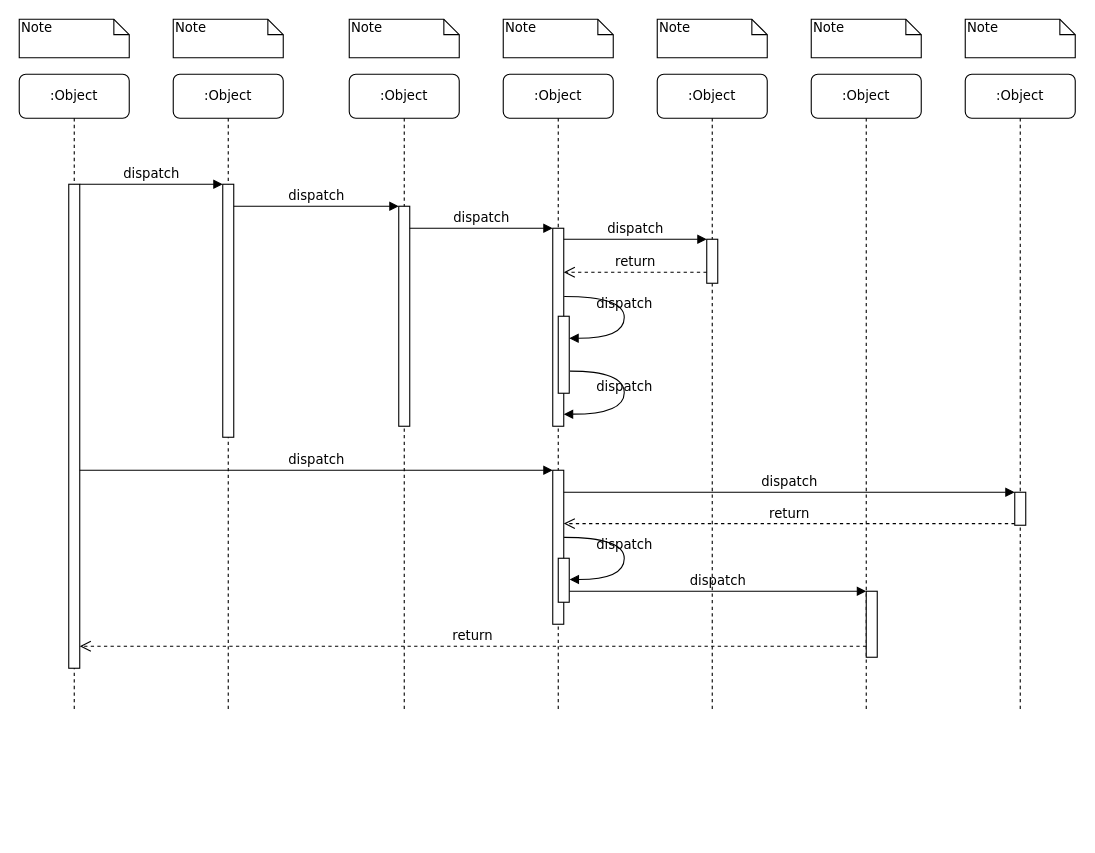
dotted-winner/eladmin keeps this draw.io diagram as eladmin-system/Untitled Diagram.drawio. Above is the earlier version. Source tidied: cells renumbered, new cells numbered last; positions are measured from the earlier drawing's top-left corner, leaving out a move shared by most shapes. Both pictures are drawn from the tidied source at 110%, with x=0, y=0 at pixel (19, 19).
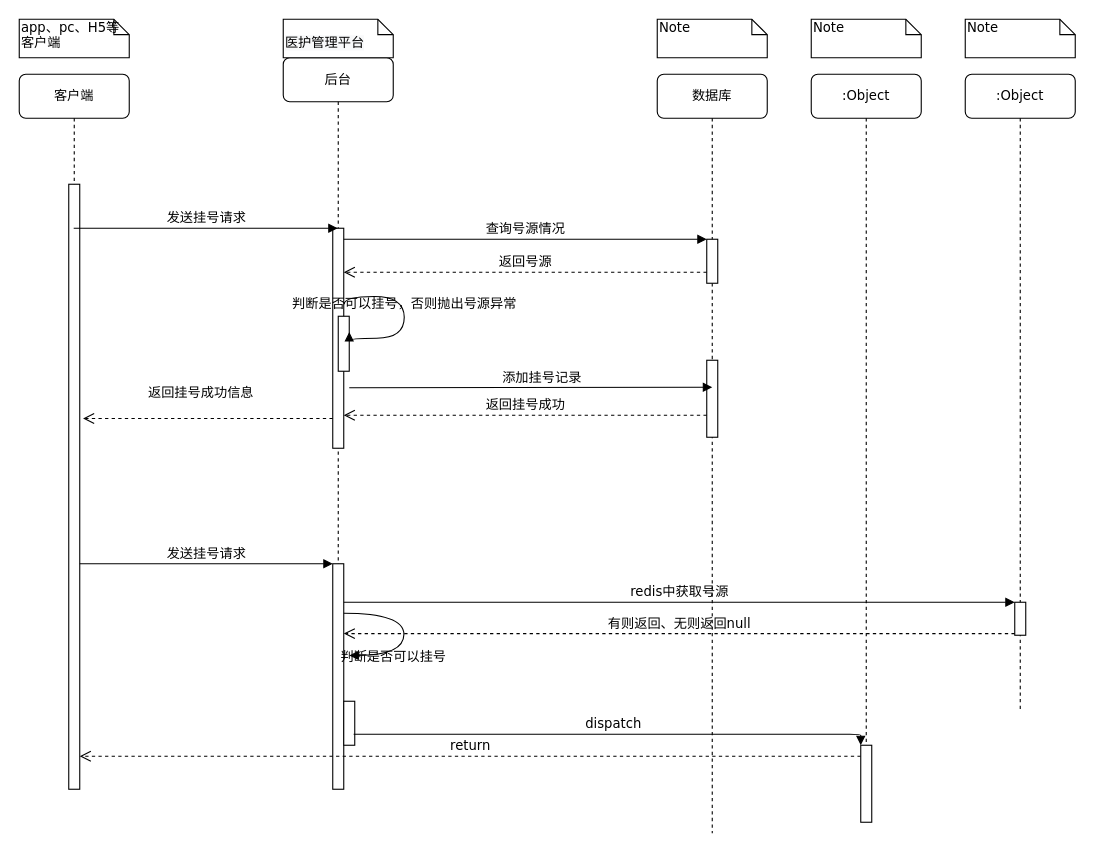
The same page after the edit.

The change refers to these unchanged cells:
```xml
<mxCell id="9" value=":Object" style="shape=umlLifeline;perimeter=lifelinePerimeter;whiteSpace=wrap;html=1;rounded=1;shadow=0;comic=0;labelBackgroundColor=none;strokeWidth=1;fontFamily=Verdana;fontSize=12;align=center;" parent="1" vertex="1">
  <mxGeometry x="860" y="50" width="100" height="580" as="geometry" />
</mxCell>
<mxCell id="14" style="html=1;points=[];perimeter=orthogonalPerimeter;rounded=0;shadow=0;comic=0;labelBackgroundColor=none;strokeWidth=1;fontFamily=Verdana;fontSize=12;align=center;" parent="1" vertex="1">
  <mxGeometry x="625" y="200" width="10" height="40" as="geometry" />
</mxCell>
```

The edit, as a diff of the source:
```diff
@@
-    <mxCell id="2" value=":Object" style="shape=umlLifeline;perimeter=lifelinePerimeter;whiteSpace=wrap;html=1;rounded=1;shadow=0;comic=0;labelBackgroundColor=none;strokeWidth=1;fontFamily=Verdana;fontSize=12;align=center;" parent="1" vertex="1">
-      <mxGeometry x="140" y="50" width="100" height="580" as="geometry" />
-    </mxCell>
-    <mxCell id="3" style="html=1;points=[];perimeter=orthogonalPerimeter;rounded=0;shadow=0;comic=0;labelBackgroundColor=none;strokeWidth=1;fontFamily=Verdana;fontSize=12;align=center;" parent="2" vertex="1">
-      <mxGeometry x="45" y="100" width="10" height="230" as="geometry" />
-    </mxCell>
-    <mxCell id="4" value=":Object" style="shape=umlLifeline;perimeter=lifelinePerimeter;whiteSpace=wrap;html=1;rounded=1;shadow=0;comic=0;labelBackgroundColor=none;strokeWidth=1;fontFamily=Verdana;fontSize=12;align=center;" parent="1" vertex="1">
-      <mxGeometry x="300" y="50" width="100" height="580" as="geometry" />
-    </mxCell>
-    <mxCell id="5" style="html=1;points=[];perimeter=orthogonalPerimeter;rounded=0;shadow=0;comic=0;labelBackgroundColor=none;strokeWidth=1;fontFamily=Verdana;fontSize=12;align=center;" parent="4" vertex="1">
-      <mxGeometry x="45" y="120" width="10" height="200" as="geometry" />
-    </mxCell>
-    <mxCell id="6" value=":Object" style="shape=umlLifeline;perimeter=lifelinePerimeter;whiteSpace=wrap;html=1;outlineConnect=0;rounded=1;shadow=0;comic=0;labelBackgroundColor=none;strokeWidth=1;fontFamily=Verdana;fontSize=12;align=center;" parent="1" vertex="1">
-      <mxGeometry x="440" y="50" width="100" height="580" as="geometry" />
+    <mxCell id="6" value="后台" style="shape=umlLifeline;perimeter=lifelinePerimeter;whiteSpace=wrap;html=1;outlineConnect=0;rounded=1;shadow=0;comic=0;labelBackgroundColor=none;strokeWidth=1;fontFamily=Verdana;fontSize=12;align=center;" parent="1" vertex="1">
+      <mxGeometry x="240" y="35" width="100" height="600" as="geometry" />
     </mxCell>
+    <mxCell id="17" style="html=1;points=[];perimeter=orthogonalPerimeter;rounded=0;shadow=0;comic=0;labelBackgroundColor=none;strokeWidth=1;fontFamily=Verdana;fontSize=12;align=center;" parent="6" vertex="1">
+      <mxGeometry x="45" y="460" width="10" height="205" as="geometry" />
+    </mxCell>
+    <mxCell id="30" style="html=1;points=[];perimeter=orthogonalPerimeter;rounded=0;shadow=0;comic=0;labelBackgroundColor=none;strokeWidth=1;fontFamily=Verdana;fontSize=12;align=center;" parent="6" vertex="1">
+      <mxGeometry x="55" y="585" width="10" height="40" as="geometry" />
+    </mxCell>
-    <mxCell id="7" value=":Object" style="shape=umlLifeline;perimeter=lifelinePerimeter;whiteSpace=wrap;html=1;rounded=1;shadow=0;comic=0;labelBackgroundColor=none;strokeWidth=1;fontFamily=Verdana;fontSize=12;align=center;" parent="1" vertex="1">
-      <mxGeometry x="580" y="50" width="100" height="580" as="geometry" />
+    <mxCell id="7" value="数据库" style="shape=umlLifeline;perimeter=lifelinePerimeter;whiteSpace=wrap;html=1;rounded=1;shadow=0;comic=0;labelBackgroundColor=none;strokeWidth=1;fontFamily=Verdana;fontSize=12;align=center;" parent="1" vertex="1">
+      <mxGeometry x="580" y="50" width="100" height="690" as="geometry" />
     </mxCell>
+    <mxCell id="39" style="html=1;perimeter=orthogonalPerimeter;rounded=0;shadow=0;comic=0;labelBackgroundColor=none;strokeWidth=1;fontFamily=Verdana;fontSize=12;align=center;" parent="7" vertex="1">
+      <mxGeometry x="45" y="260" width="10" height="70" as="geometry" />
+    </mxCell>
     <mxCell id="8" value=":Object" style="shape=umlLifeline;perimeter=lifelinePerimeter;whiteSpace=wrap;html=1;rounded=1;shadow=0;comic=0;labelBackgroundColor=none;strokeWidth=1;fontFamily=Verdana;fontSize=12;align=center;" parent="1" vertex="1">
-      <mxGeometry x="720" y="50" width="100" height="580" as="geometry" />
+      <mxGeometry x="720" y="50" width="100" height="610" as="geometry" />
     </mxCell>
@@
+    <mxCell id="19" style="html=1;points=[];perimeter=orthogonalPerimeter;rounded=0;shadow=0;comic=0;labelBackgroundColor=none;strokeColor=#000000;strokeWidth=1;fillColor=#FFFFFF;fontFamily=Verdana;fontSize=12;fontColor=#000000;align=center;" parent="9" vertex="1">
+      <mxGeometry x="45" y="480" width="10" height="30" as="geometry" />
+    </mxCell>
-    <mxCell id="10" value=":Object" style="shape=umlLifeline;perimeter=lifelinePerimeter;whiteSpace=wrap;html=1;outlineConnect=0;rounded=1;shadow=0;comic=0;labelBackgroundColor=none;strokeWidth=1;fontFamily=Verdana;fontSize=12;align=center;" parent="1" vertex="1">
-      <mxGeometry y="50" width="100" height="580" as="geometry" />
+    <mxCell id="10" value="客户端" style="shape=umlLifeline;perimeter=lifelinePerimeter;whiteSpace=wrap;html=1;outlineConnect=0;rounded=1;shadow=0;comic=0;labelBackgroundColor=none;strokeWidth=1;fontFamily=Verdana;fontSize=12;align=center;" parent="1" vertex="1">
+      <mxGeometry y="50" width="100" height="650" as="geometry" />
     </mxCell>
     <mxCell id="11" style="html=1;points=[];perimeter=orthogonalPerimeter;rounded=0;shadow=0;comic=0;labelBackgroundColor=none;strokeWidth=1;fontFamily=Verdana;fontSize=12;align=center;" parent="10" vertex="1">
-      <mxGeometry x="45" y="100" width="10" height="440" as="geometry" />
+      <mxGeometry x="45" y="100" width="10" height="550" as="geometry" />
     </mxCell>
     <mxCell id="12" style="html=1;points=[];perimeter=orthogonalPerimeter;rounded=0;shadow=0;comic=0;labelBackgroundColor=none;strokeWidth=1;fontFamily=Verdana;fontSize=12;align=center;" parent="1" vertex="1">
-      <mxGeometry x="485" y="190" width="10" height="180" as="geometry" />
+      <mxGeometry x="285" y="190" width="10" height="200" as="geometry" />
     </mxCell>
-    <mxCell id="13" value="dispatch" style="html=1;verticalAlign=bottom;endArrow=block;labelBackgroundColor=none;fontFamily=Verdana;fontSize=12;edgeStyle=elbowEdgeStyle;elbow=vertical;" parent="1" edge="1" source="5" target="12">
+    <mxCell id="13" value="发送挂号请求" style="html=1;verticalAlign=bottom;endArrow=block;labelBackgroundColor=none;fontFamily=Verdana;fontSize=12;edgeStyle=elbowEdgeStyle;elbow=vertical;" parent="1" edge="1" source="10" target="6">
       <mxGeometry relative="1" as="geometry">
         <Array as="points">
-          <mxPoint x="360" y="190" />
+          <mxPoint x="230" y="190" />
         </Array>
       </mxGeometry>
     </mxCell>
@@
-    <mxCell id="15" value="dispatch" style="html=1;verticalAlign=bottom;endArrow=block;entryX=0;entryY=0;labelBackgroundColor=none;fontFamily=Verdana;fontSize=12;edgeStyle=elbowEdgeStyle;elbow=vertical;" parent="1" edge="1" source="12" target="14">
+    <mxCell id="15" value="查询号源情况" style="html=1;verticalAlign=bottom;endArrow=block;entryX=0;entryY=0;labelBackgroundColor=none;fontFamily=Verdana;fontSize=12;edgeStyle=elbowEdgeStyle;elbow=vertical;" parent="1" edge="1" source="12" target="14">
       <mxGeometry relative="1" as="geometry" />
     </mxCell>
-    <mxCell id="16" value="return" style="html=1;verticalAlign=bottom;endArrow=open;dashed=1;endSize=8;labelBackgroundColor=none;fontFamily=Verdana;fontSize=12;edgeStyle=elbowEdgeStyle;elbow=vertical;" parent="1" edge="1" source="14" target="12">
+    <mxCell id="16" value="返回号源" style="html=1;verticalAlign=bottom;endArrow=open;dashed=1;endSize=8;labelBackgroundColor=none;fontFamily=Verdana;fontSize=12;edgeStyle=elbowEdgeStyle;elbow=vertical;" parent="1" edge="1" source="14" target="12">
       <mxGeometry relative="1" as="geometry">
         <Array as="points">
           <mxPoint x="570" y="230" />
           <mxPoint x="600" y="230" />
         </Array>
       </mxGeometry>
     </mxCell>
-    <mxCell id="17" style="html=1;points=[];perimeter=orthogonalPerimeter;rounded=0;shadow=0;comic=0;labelBackgroundColor=none;strokeWidth=1;fontFamily=Verdana;fontSize=12;align=center;" parent="1" vertex="1">
-      <mxGeometry x="485" y="410" width="10" height="140" as="geometry" />
-    </mxCell>
-    <mxCell id="18" value="dispatch" style="html=1;verticalAlign=bottom;endArrow=block;entryX=0;entryY=0;labelBackgroundColor=none;fontFamily=Verdana;fontSize=12;" parent="1" edge="1" source="11" target="17">
+    <mxCell id="18" value="发送挂号请求" style="html=1;verticalAlign=bottom;endArrow=block;entryX=0;entryY=0;labelBackgroundColor=none;fontFamily=Verdana;fontSize=12;" parent="1" edge="1" source="11" target="17">
       <mxGeometry relative="1" as="geometry" />
     </mxCell>
-    <mxCell id="19" style="html=1;points=[];perimeter=orthogonalPerimeter;rounded=0;shadow=0;comic=0;labelBackgroundColor=none;strokeColor=#000000;strokeWidth=1;fillColor=#FFFFFF;fontFamily=Verdana;fontSize=12;fontColor=#000000;align=center;" parent="1" vertex="1">
-      <mxGeometry x="905" y="430" width="10" height="30" as="geometry" />
-    </mxCell>
-    <mxCell id="20" value="dispatch" style="html=1;verticalAlign=bottom;endArrow=block;entryX=0;entryY=0;labelBackgroundColor=none;fontFamily=Verdana;fontSize=12;" parent="1" edge="1" source="17" target="19">
+    <mxCell id="20" value="redis中获取号源" style="html=1;verticalAlign=bottom;endArrow=block;entryX=0;entryY=0;labelBackgroundColor=none;fontFamily=Verdana;fontSize=12;" parent="1" edge="1" source="17" target="19">
       <mxGeometry relative="1" as="geometry" />
     </mxCell>
-    <mxCell id="21" value="return" style="html=1;verticalAlign=bottom;endArrow=open;dashed=1;endSize=8;exitX=0;exitY=0.95;labelBackgroundColor=none;fontFamily=Verdana;fontSize=12;" parent="1" edge="1" source="19" target="17">
+    <mxCell id="21" value="有则返回、无则返回null" style="html=1;verticalAlign=bottom;endArrow=open;dashed=1;endSize=8;exitX=0;exitY=0.95;labelBackgroundColor=none;fontFamily=Verdana;fontSize=12;" parent="1" edge="1" source="19" target="17">
       <mxGeometry relative="1" as="geometry" />
     </mxCell>
-    <mxCell id="22" style="html=1;points=[];perimeter=orthogonalPerimeter;rounded=0;shadow=0;comic=0;labelBackgroundColor=none;strokeWidth=1;fontFamily=Verdana;fontSize=12;align=center;" parent="1" vertex="1">
-      <mxGeometry x="770" y="520" width="10" height="60" as="geometry" />
-    </mxCell>
-    <mxCell id="23" value="dispatch" style="html=1;verticalAlign=bottom;endArrow=block;entryX=0;entryY=0;labelBackgroundColor=none;fontFamily=Verdana;fontSize=12;edgeStyle=elbowEdgeStyle;elbow=vertical;" parent="1" edge="1" source="30" target="22">
-      <mxGeometry relative="1" as="geometry" />
+    <mxCell id="23" value="dispatch" style="html=1;verticalAlign=bottom;endArrow=block;entryX=0;entryY=0;labelBackgroundColor=none;fontFamily=Verdana;fontSize=12;edgeStyle=elbowEdgeStyle;elbow=vertical;exitX=0.9;exitY=0.75;exitDx=0;exitDy=0;exitPerimeter=0;" parent="1" edge="1" source="30" target="22">
+      <mxGeometry relative="1" as="geometry">
+        <Array as="points">
+          <mxPoint x="530" y="650" />
+          <mxPoint x="530" y="650" />
+          <mxPoint x="440" y="625" />
+          <mxPoint x="550" y="590" />
+          <mxPoint x="740" y="620" />
+          <mxPoint x="740" y="580" />
+        </Array>
+      </mxGeometry>
     </mxCell>
     <mxCell id="24" value="return" style="html=1;verticalAlign=bottom;endArrow=open;dashed=1;endSize=8;labelBackgroundColor=none;fontFamily=Verdana;fontSize=12;edgeStyle=elbowEdgeStyle;elbow=vertical;" parent="1" edge="1" source="22" target="11">
       <mxGeometry relative="1" as="geometry">
         <Array as="points">
+          <mxPoint x="250" y="670" />
           <mxPoint x="470" y="570" />
         </Array>
       </mxGeometry>
     </mxCell>
-    <mxCell id="25" value="dispatch" style="html=1;verticalAlign=bottom;endArrow=block;entryX=0;entryY=0;labelBackgroundColor=none;fontFamily=Verdana;fontSize=12;edgeStyle=elbowEdgeStyle;elbow=vertical;" parent="1" edge="1" source="11" target="3">
-      <mxGeometry relative="1" as="geometry" />
-    </mxCell>
-    <mxCell id="26" value="dispatch" style="html=1;verticalAlign=bottom;endArrow=block;entryX=0;entryY=0;labelBackgroundColor=none;fontFamily=Verdana;fontSize=12;edgeStyle=elbowEdgeStyle;elbow=vertical;" parent="1" edge="1" source="3" target="5">
-      <mxGeometry relative="1" as="geometry" />
-    </mxCell>
     <mxCell id="27" style="html=1;points=[];perimeter=orthogonalPerimeter;rounded=0;shadow=0;comic=0;labelBackgroundColor=none;strokeWidth=1;fontFamily=Verdana;fontSize=12;align=center;" parent="1" vertex="1">
-      <mxGeometry x="490" y="270" width="10" height="70" as="geometry" />
+      <mxGeometry x="290" y="270" width="10" height="50" as="geometry" />
     </mxCell>
-    <mxCell id="28" value="dispatch" style="html=1;verticalAlign=bottom;endArrow=block;labelBackgroundColor=none;fontFamily=Verdana;fontSize=12;elbow=vertical;edgeStyle=orthogonalEdgeStyle;curved=1;entryX=1;entryY=0.286;entryPerimeter=0;exitX=1.038;exitY=0.345;exitPerimeter=0;" parent="1" edge="1" source="12" target="27">
+    <mxCell id="28" value="判断是否可以挂号，否则抛出号源异常" style="html=1;verticalAlign=bottom;endArrow=block;labelBackgroundColor=none;fontFamily=Verdana;fontSize=12;elbow=vertical;edgeStyle=orthogonalEdgeStyle;curved=1;entryX=1;entryY=0.286;entryPerimeter=0;exitX=1.038;exitY=0.345;exitPerimeter=0;" parent="1" edge="1" source="12" target="27">
       <mxGeometry relative="1" as="geometry">
         <Array as="points">
-          <mxPoint x="550" y="252" />
-          <mxPoint x="550" y="290" />
+          <mxPoint x="350" y="252" />
+          <mxPoint x="350" y="290" />
         </Array>
       </mxGeometry>
     </mxCell>
-    <mxCell id="29" value="dispatch" style="html=1;verticalAlign=bottom;endArrow=block;labelBackgroundColor=none;fontFamily=Verdana;fontSize=12;elbow=vertical;edgeStyle=orthogonalEdgeStyle;curved=1;exitX=1.066;exitY=0.713;exitPerimeter=0;" parent="1" edge="1" source="27">
-      <mxGeometry relative="1" as="geometry">
-        <mxPoint x="495" y="359" as="targetPoint" />
-        <Array as="points">
-          <mxPoint x="550" y="320" />
-          <mxPoint x="550" y="359" />
-        </Array>
-      </mxGeometry>
-    </mxCell>
-    <mxCell id="30" style="html=1;points=[];perimeter=orthogonalPerimeter;rounded=0;shadow=0;comic=0;labelBackgroundColor=none;strokeWidth=1;fontFamily=Verdana;fontSize=12;align=center;" parent="1" vertex="1">
-      <mxGeometry x="490" y="490" width="10" height="40" as="geometry" />
-    </mxCell>
-    <mxCell id="31" value="dispatch" style="html=1;verticalAlign=bottom;endArrow=block;labelBackgroundColor=none;fontFamily=Verdana;fontSize=12;elbow=vertical;edgeStyle=orthogonalEdgeStyle;curved=1;entryX=1;entryY=0.286;entryPerimeter=0;exitX=1.038;exitY=0.345;exitPerimeter=0;" parent="1" edge="1">
-      <mxGeometry relative="1" as="geometry">
-        <mxPoint x="495.3" y="471" as="sourcePoint" />
-        <mxPoint x="500.3" y="509.3" as="targetPoint" />
+    <mxCell id="31" value="判断是否可以挂号" style="html=1;verticalAlign=bottom;endArrow=block;labelBackgroundColor=none;fontFamily=Verdana;fontSize=12;elbow=vertical;edgeStyle=orthogonalEdgeStyle;curved=1;entryX=1;entryY=0.286;entryPerimeter=0;exitX=1.038;exitY=0.345;exitPerimeter=0;" parent="1" edge="1">
+      <mxGeometry x="0.44" y="11" relative="1" as="geometry">
+        <mxPoint x="295" y="540" as="sourcePoint" />
+        <mxPoint x="300" y="578.3" as="targetPoint" />
         <Array as="points">
-          <mxPoint x="550" y="471" />
-          <mxPoint x="550" y="509" />
+          <mxPoint x="349.7" y="540" />
+          <mxPoint x="349.7" y="578" />
         </Array>
       </mxGeometry>
     </mxCell>
-    <mxCell id="32" value="Note" style="shape=note;whiteSpace=wrap;html=1;size=14;verticalAlign=top;align=left;spacingTop=-6;rounded=0;shadow=0;comic=0;labelBackgroundColor=none;strokeWidth=1;fontFamily=Verdana;fontSize=12;" parent="1" vertex="1">
+    <mxCell id="32" value="app、pc、H5等客户端" style="shape=note;whiteSpace=wrap;html=1;size=14;verticalAlign=top;align=left;spacingTop=-6;rounded=0;shadow=0;comic=0;labelBackgroundColor=none;strokeWidth=1;fontFamily=Verdana;fontSize=12;" parent="1" vertex="1">
       <mxGeometry width="100" height="35" as="geometry" />
     </mxCell>
-    <mxCell id="33" value="Note" style="shape=note;whiteSpace=wrap;html=1;size=14;verticalAlign=top;align=left;spacingTop=-6;rounded=0;shadow=0;comic=0;labelBackgroundColor=none;strokeWidth=1;fontFamily=Verdana;fontSize=12;" parent="1" vertex="1">
-      <mxGeometry x="140" width="100" height="35" as="geometry" />
-    </mxCell>
-    <mxCell id="34" value="Note" style="shape=note;whiteSpace=wrap;html=1;size=14;verticalAlign=top;align=left;spacingTop=-6;rounded=0;shadow=0;comic=0;labelBackgroundColor=none;strokeWidth=1;fontFamily=Verdana;fontSize=12;" parent="1" vertex="1">
-      <mxGeometry x="300" width="100" height="35" as="geometry" />
-    </mxCell>
-    <mxCell id="35" value="Note" style="shape=note;whiteSpace=wrap;html=1;size=14;verticalAlign=top;align=left;spacingTop=-6;rounded=0;shadow=0;comic=0;labelBackgroundColor=none;strokeWidth=1;fontFamily=Verdana;fontSize=12;" parent="1" vertex="1">
-      <mxGeometry x="440" width="100" height="35" as="geometry" />
+    <mxCell id="35" value="&lt;span style=&quot;color: rgb(0 , 0 , 0) ; font-family: &amp;#34;verdana&amp;#34; ; font-size: 12px ; font-style: normal ; font-weight: 400 ; letter-spacing: normal ; text-align: left ; text-indent: 0px ; text-transform: none ; word-spacing: 0px ; background-color: rgb(248 , 249 , 250) ; display: inline ; float: none&quot;&gt;&lt;br&gt;医护管理平台&lt;/span&gt;&lt;br&gt;" style="shape=note;whiteSpace=wrap;html=1;size=14;verticalAlign=top;align=left;spacingTop=-6;rounded=0;shadow=0;comic=0;labelBackgroundColor=none;strokeWidth=1;fontFamily=Verdana;fontSize=12;" parent="1" vertex="1">
+      <mxGeometry x="240" width="100" height="35" as="geometry" />
     </mxCell>
@@
+    <mxCell id="22" style="html=1;points=[];perimeter=orthogonalPerimeter;rounded=0;shadow=0;comic=0;labelBackgroundColor=none;strokeWidth=1;fontFamily=Verdana;fontSize=12;align=center;" parent="1" vertex="1">
+      <mxGeometry x="765" y="660" width="10" height="70" as="geometry" />
+    </mxCell>
+    <mxCell id="40" value="添加挂号记录" style="html=1;verticalAlign=bottom;endArrow=block;entryX=0;entryY=0;labelBackgroundColor=none;fontFamily=Verdana;fontSize=12;edgeStyle=elbowEdgeStyle;elbow=vertical;" parent="1" edge="1">
+      <mxGeometry x="0.06" relative="1" as="geometry">
+        <mxPoint x="300" y="335" as="sourcePoint" />
+        <mxPoint x="630" y="334.5" as="targetPoint" />
+        <Array as="points">
+          <mxPoint x="475" y="334.5" />
+        </Array>
+      </mxGeometry>
+    </mxCell>
+    <mxCell id="41" value="返回挂号成功" style="html=1;verticalAlign=bottom;endArrow=open;dashed=1;endSize=8;labelBackgroundColor=none;fontFamily=Verdana;fontSize=12;edgeStyle=elbowEdgeStyle;elbow=vertical;" parent="1" edge="1">
+      <mxGeometry relative="1" as="geometry">
+        <mxPoint x="625" y="360" as="sourcePoint" />
+        <mxPoint x="295" y="360" as="targetPoint" />
+        <Array as="points">
+          <mxPoint x="570" y="360" />
+          <mxPoint x="600" y="360" />
+        </Array>
+      </mxGeometry>
+    </mxCell>
+    <mxCell id="42" value="返回挂号成功信息" style="html=1;verticalAlign=bottom;endArrow=open;dashed=1;endSize=8;labelBackgroundColor=none;fontFamily=Verdana;fontSize=12;edgeStyle=elbowEdgeStyle;elbow=vertical;entryX=1.3;entryY=0.387;entryDx=0;entryDy=0;entryPerimeter=0;" parent="1" edge="1" target="11">
+      <mxGeometry x="0.06" y="-14" relative="1" as="geometry">
+        <mxPoint x="285" y="363" as="sourcePoint" />
+        <Array as="points">
+          <mxPoint x="150" y="363" />
+          <mxPoint x="230" y="354.5" />
+          <mxPoint x="260" y="354.5" />
+        </Array>
+      </mxGeometry>
+    </mxCell>
```
